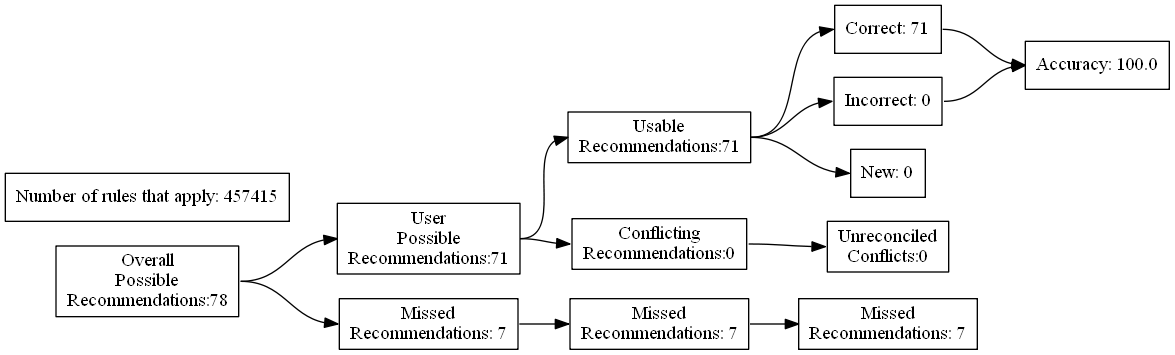
ZaxR/ibd_diet_analysis keeps this Graphviz diagram as test_renders/98.gv.png. Above is the earlier version. Its source is kept beside it as test_renders/98.gv.
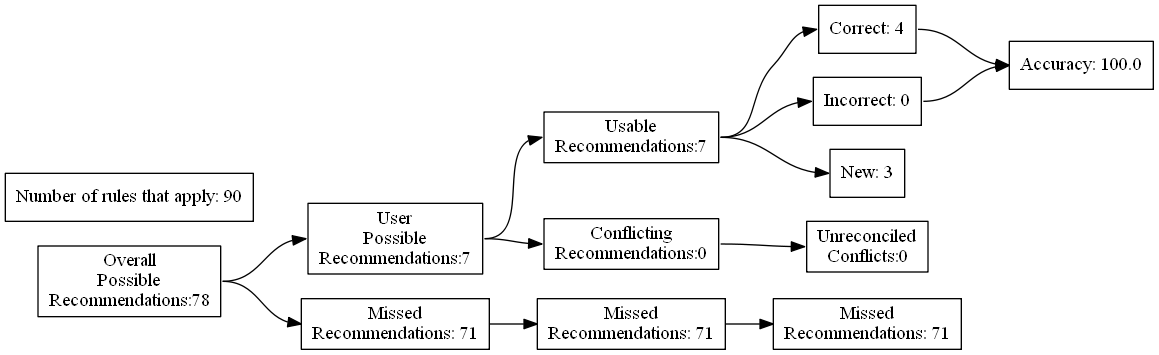
Later version of the same file.

Diff of the diagram source:
```diff
@@ -7,24 +7,24 @@
 Recommendations:78"]
 		B [label="User
 Possible
-Recommendations:71"]
+Recommendations:7"]
 		C [label="Missed
-Recommendations: 7"]
+Recommendations: 71"]
 		D [label="Usable
-Recommendations:71"]
+Recommendations:7"]
 		E [label="Conflicting
 Recommendations:0"]
 		J [label="Missed
-Recommendations: 7"]
+Recommendations: 71"]
 		M [label="Unreconciled
 Conflicts:0"]
-		F [label="Correct: 71"]
+		F [label="Correct: 4"]
 		G [label="Incorrect: 0"]
-		H [label="New: 0"]
+		H [label="New: 3"]
 		K [label="Missed
-Recommendations: 7"]
+Recommendations: 71"]
 		I [label="Accuracy: 100.0"]
-		l [label="Number of rules that apply: 457415"]
+		l [label="Number of rules that apply: 90"]
 			A -> B
 			A -> C
 			B -> D
```
